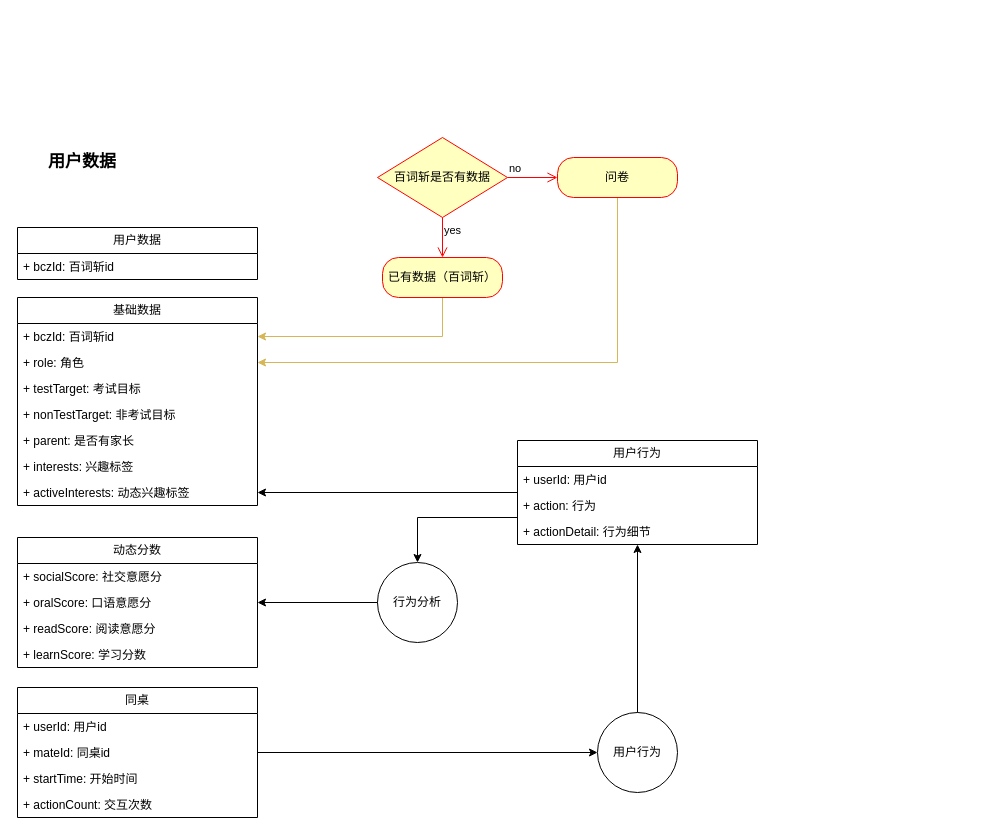
The draw.io diagram 4x4.drawio in CruelFatOtaku/draw.io, before the edit. Source tidied: cells renumbered, new cells numbered last; positions are measured from the earlier drawing's top-left corner, leaving out a move shared by most shapes. Both pictures are drawn from the tidied source at 100%, with x=0, y=0 at pixel (17, 137).
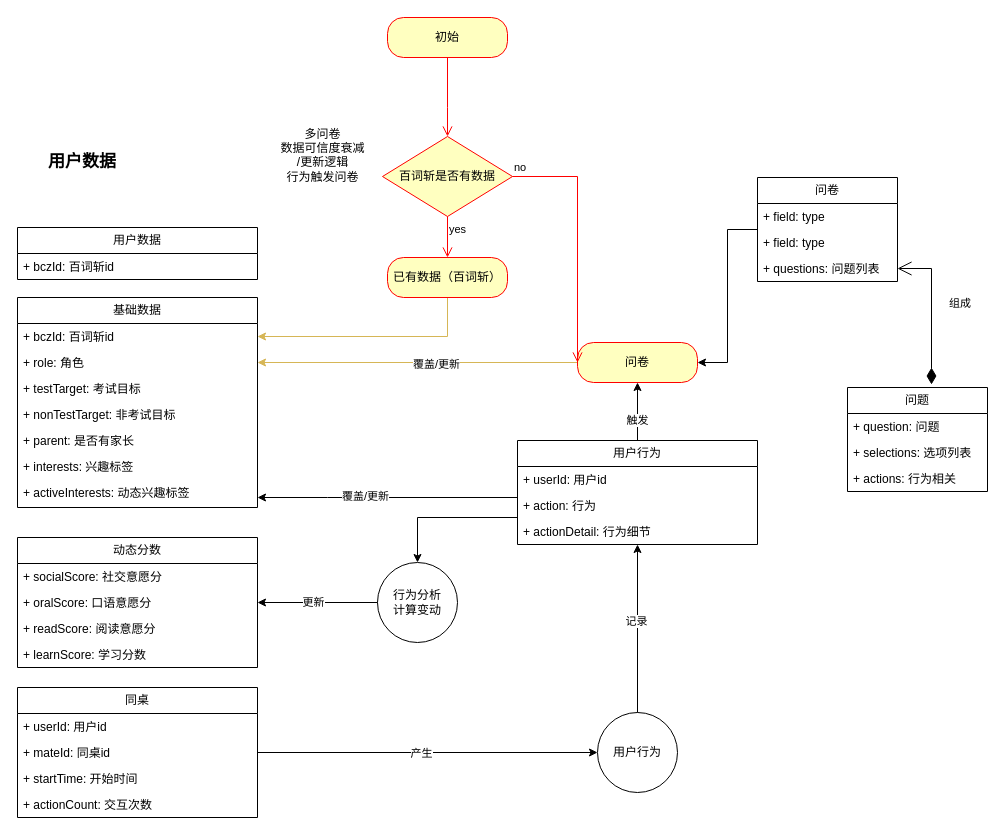
Above is the later version.

Unchanged cells that the change refers to:
```xml
<mxCell id="18" style="edgeStyle=orthogonalEdgeStyle;rounded=0;jettySize=auto;html=1;" parent="1" edge="1" source="19" target="40">
  <mxGeometry relative="1" as="geometry" />
</mxCell>
<mxCell id="24" style="edgeStyle=orthogonalEdgeStyle;rounded=0;jettySize=auto;html=1;entryX=1;entryY=0.5;entryDx=0;entryDy=0;fillColor=#fff2cc;strokeColor=#d6b656;" parent="1" edge="1" source="25" target="4">
  <mxGeometry relative="1" as="geometry" />
</mxCell>
<mxCell id="30" value="用户行为" style="swimlane;fontStyle=0;horizontal=1;startSize=26;fillColor=none;whiteSpace=wrap;html=1;" parent="1" vertex="1">
  <mxGeometry x="500" y="303" width="240" height="104" as="geometry" />
</mxCell>
<mxCell id="37" style="edgeStyle=orthogonalEdgeStyle;rounded=0;jettySize=auto;html=1;" parent="1" edge="1" source="38" target="13">
  <mxGeometry relative="1" as="geometry" />
</mxCell>
<mxCell id="39" style="edgeStyle=orthogonalEdgeStyle;rounded=0;jettySize=auto;html=1;" parent="1" edge="1" source="40" target="30">
  <mxGeometry relative="1" as="geometry" />
</mxCell>
```

Change to the diagram source:
```diff
@@
     <mxCell id="2" value="基础数据" style="swimlane;fontStyle=0;horizontal=1;startSize=26;fillColor=none;whiteSpace=wrap;html=1;" parent="1" vertex="1">
-      <mxGeometry y="160" width="240" height="208" as="geometry" />
+      <mxGeometry y="160" width="240" height="210" as="geometry" />
     </mxCell>
@@
     <mxCell id="9" value="+ activeInterests: 动态兴趣标签" style="text;strokeColor=none;fillColor=none;align=left;verticalAlign=top;spacingLeft=4;spacingRight=4;overflow=hidden;points=[[0,0.5],[1,0.5]];portConstraint=eastwest;whiteSpace=wrap;html=1;" parent="2" vertex="1">
-      <mxGeometry y="182" width="240" height="26" as="geometry" />
+      <mxGeometry y="182" width="240" height="28" as="geometry" />
     </mxCell>
@@
+    <mxCell id="41" value="产生" style="edgeLabel;html=1;align=center;verticalAlign=middle;" parent="18" vertex="1">
+      <mxGeometry x="-0.04" relative="1" as="geometry" />
+    </mxCell>
@@
+    <mxCell id="42" value="覆盖/更新" style="edgeLabel;html=1;align=center;verticalAlign=middle;" parent="24" vertex="1">
+      <mxGeometry x="-0.11" y="1" relative="1" as="geometry" />
+    </mxCell>
     <mxCell id="25" value="问卷" style="rounded=1;whiteSpace=wrap;html=1;arcSize=40;fontColor=#000000;fillColor=#ffffc0;strokeColor=#ff0000;" parent="1" vertex="1">
-      <mxGeometry x="540" y="20" width="120" height="40" as="geometry" />
+      <mxGeometry x="560" y="205" width="120" height="40" as="geometry" />
     </mxCell>
@@
     <mxCell id="27" value="已有数据（百词斩）" style="rounded=1;whiteSpace=wrap;html=1;arcSize=40;fontColor=#000000;fillColor=#ffffc0;strokeColor=#ff0000;" parent="1" vertex="1">
-      <mxGeometry x="365" y="120" width="120" height="40" as="geometry" />
+      <mxGeometry x="370" y="120" width="120" height="40" as="geometry" />
     </mxCell>
@@
     <mxCell id="29" style="edgeStyle=orthogonalEdgeStyle;rounded=0;jettySize=auto;html=1;" parent="1" edge="1" source="30" target="9">
-      <mxGeometry relative="1" as="geometry" />
+      <mxGeometry relative="1" as="geometry">
+        <Array as="points">
+          <mxPoint x="310" y="360" />
+          <mxPoint x="310" y="360" />
+        </Array>
+      </mxGeometry>
     </mxCell>
+    <mxCell id="43" value="覆盖/更新" style="edgeLabel;html=1;align=center;verticalAlign=middle;" parent="29" vertex="1">
+      <mxGeometry x="0.18" y="-2" relative="1" as="geometry" />
+    </mxCell>
+    <mxCell id="44" style="edgeStyle=orthogonalEdgeStyle;rounded=0;jettySize=auto;html=1;exitX=0.5;exitY=0;exitDx=0;exitDy=0;entryX=0.5;entryY=1;entryDx=0;entryDy=0;" parent="1" edge="1" source="30" target="25">
+      <mxGeometry relative="1" as="geometry" />
+    </mxCell>
+    <mxCell id="45" value="触发" style="edgeLabel;html=1;align=center;verticalAlign=middle;" parent="44" vertex="1">
+      <mxGeometry x="-0.28" y="1" relative="1" as="geometry" />
+    </mxCell>
@@
     <mxCell id="34" value="百词斩是否有数据" style="rhombus;whiteSpace=wrap;html=1;fontColor=#000000;fillColor=#ffffc0;strokeColor=#ff0000;" parent="1" vertex="1">
-      <mxGeometry x="360" width="130" height="80" as="geometry" />
+      <mxGeometry x="365" y="-1" width="130" height="80" as="geometry" />
     </mxCell>
     <mxCell id="35" value="no" style="edgeStyle=orthogonalEdgeStyle;html=1;align=left;verticalAlign=bottom;endArrow=open;endSize=8;strokeColor=#ff0000;rounded=0;entryX=0;entryY=0.5;entryDx=0;entryDy=0;" parent="1" edge="1" source="34" target="25">
-      <mxGeometry x="-1" relative="1" as="geometry" />
+      <mxGeometry x="-1" relative="1" as="geometry">
+        <Array as="points">
+          <mxPoint x="560" y="39" />
+        </Array>
+      </mxGeometry>
     </mxCell>
@@
+    <mxCell id="46" value="更新" style="edgeLabel;html=1;align=center;verticalAlign=middle;" parent="37" vertex="1">
+      <mxGeometry x="0.08" y="-1" relative="1" as="geometry" />
+    </mxCell>
-    <mxCell id="38" value="行为分析" style="ellipse;whiteSpace=wrap;html=1;fillColor=none;fontStyle=0;startSize=26;" parent="1" vertex="1">
+    <mxCell id="38" value="行为分析&lt;div&gt;计算变动&lt;/div&gt;" style="ellipse;whiteSpace=wrap;html=1;fillColor=none;fontStyle=0;startSize=26;" parent="1" vertex="1">
       <mxGeometry x="360" y="425" width="80" height="80" as="geometry" />
     </mxCell>
@@
+    <mxCell id="47" value="记录" style="edgeLabel;html=1;align=center;verticalAlign=middle;" parent="39" vertex="1">
+      <mxGeometry x="0.1" y="2" relative="1" as="geometry" />
+    </mxCell>
@@
+    <mxCell id="48" value="多问卷&lt;div&gt;数据可信度衰减&lt;/div&gt;&lt;div&gt;/更新逻辑&lt;/div&gt;&lt;div&gt;行为触发问卷&lt;/div&gt;&lt;div&gt;&lt;br&gt;&lt;/div&gt;" style="text;html=1;align=center;verticalAlign=middle;strokeColor=none;fillColor=none;" parent="1" vertex="1">
+      <mxGeometry x="250" y="-20" width="110" height="90" as="geometry" />
+    </mxCell>
+    <mxCell id="49" style="edgeStyle=orthogonalEdgeStyle;rounded=0;jettySize=auto;html=1;entryX=1;entryY=0.5;entryDx=0;entryDy=0;" parent="1" edge="1" source="50" target="25">
+      <mxGeometry relative="1" as="geometry" />
+    </mxCell>
+    <mxCell id="50" value="问卷" style="swimlane;fontStyle=0;horizontal=1;startSize=26;fillColor=none;whiteSpace=wrap;html=1;" parent="1" vertex="1">
+      <mxGeometry x="740" y="40" width="140" height="104" as="geometry" />
+    </mxCell>
+    <mxCell id="51" value="+ field: type" style="text;strokeColor=none;fillColor=none;align=left;verticalAlign=top;spacingLeft=4;spacingRight=4;overflow=hidden;whiteSpace=wrap;html=1;" parent="50" vertex="1">
+      <mxGeometry y="26" width="140" height="26" as="geometry" />
+    </mxCell>
+    <mxCell id="52" value="+ field: type" style="text;strokeColor=none;fillColor=none;align=left;verticalAlign=top;spacingLeft=4;spacingRight=4;overflow=hidden;whiteSpace=wrap;html=1;" parent="50" vertex="1">
+      <mxGeometry y="52" width="140" height="26" as="geometry" />
+    </mxCell>
+    <mxCell id="53" value="+ questions: 问题列表" style="text;strokeColor=none;fillColor=none;align=left;verticalAlign=top;spacingLeft=4;spacingRight=4;overflow=hidden;points=[[0,0.5],[1,0.5]];portConstraint=eastwest;whiteSpace=wrap;html=1;" parent="50" vertex="1">
+      <mxGeometry y="78" width="140" height="26" as="geometry" />
+    </mxCell>
+    <mxCell id="54" value="问题" style="swimlane;fontStyle=0;horizontal=1;startSize=26;fillColor=none;whiteSpace=wrap;html=1;" parent="1" vertex="1">
+      <mxGeometry x="830" y="250" width="140" height="104" as="geometry" />
+    </mxCell>
+    <mxCell id="55" value="+ question: 问题" style="text;strokeColor=none;fillColor=none;align=left;verticalAlign=top;spacingLeft=4;spacingRight=4;overflow=hidden;whiteSpace=wrap;html=1;" parent="54" vertex="1">
+      <mxGeometry y="26" width="140" height="26" as="geometry" />
+    </mxCell>
+    <mxCell id="56" value="+ selections: 选项列表" style="text;strokeColor=none;fillColor=none;align=left;verticalAlign=top;spacingLeft=4;spacingRight=4;overflow=hidden;whiteSpace=wrap;html=1;" parent="54" vertex="1">
+      <mxGeometry y="52" width="140" height="26" as="geometry" />
+    </mxCell>
+    <mxCell id="57" value="+ actions: 行为相关" style="text;strokeColor=none;fillColor=none;align=left;verticalAlign=top;spacingLeft=4;spacingRight=4;overflow=hidden;whiteSpace=wrap;html=1;" parent="54" vertex="1">
+      <mxGeometry y="78" width="140" height="26" as="geometry" />
+    </mxCell>
+    <mxCell id="58" value="初始" style="rounded=1;whiteSpace=wrap;html=1;arcSize=40;fontColor=#000000;fillColor=#ffffc0;strokeColor=#ff0000;" parent="1" vertex="1">
+      <mxGeometry x="370" y="-120" width="120" height="40" as="geometry" />
+    </mxCell>
+    <mxCell id="59" style="edgeStyle=orthogonalEdgeStyle;html=1;verticalAlign=bottom;endArrow=open;endSize=8;strokeColor=#ff0000;rounded=0;" parent="1" edge="1" source="58" target="34">
+      <mxGeometry relative="1" as="geometry">
+        <Array as="points">
+          <mxPoint x="430" y="-30" />
+          <mxPoint x="430" y="-30" />
+        </Array>
+      </mxGeometry>
+    </mxCell>
+    <mxCell id="60" value="组成" style="endArrow=open;html=1;endSize=12;startArrow=diamondThin;startSize=14;startFill=1;edgeStyle=orthogonalEdgeStyle;align=left;verticalAlign=bottom;rounded=0;exitX=0.6;exitY=-0.029;exitDx=0;exitDy=0;exitPerimeter=0;" parent="1" edge="1" source="54" target="53">
+      <mxGeometry x="-0.04" y="-16" relative="1" as="geometry" />
+    </mxCell>
```
